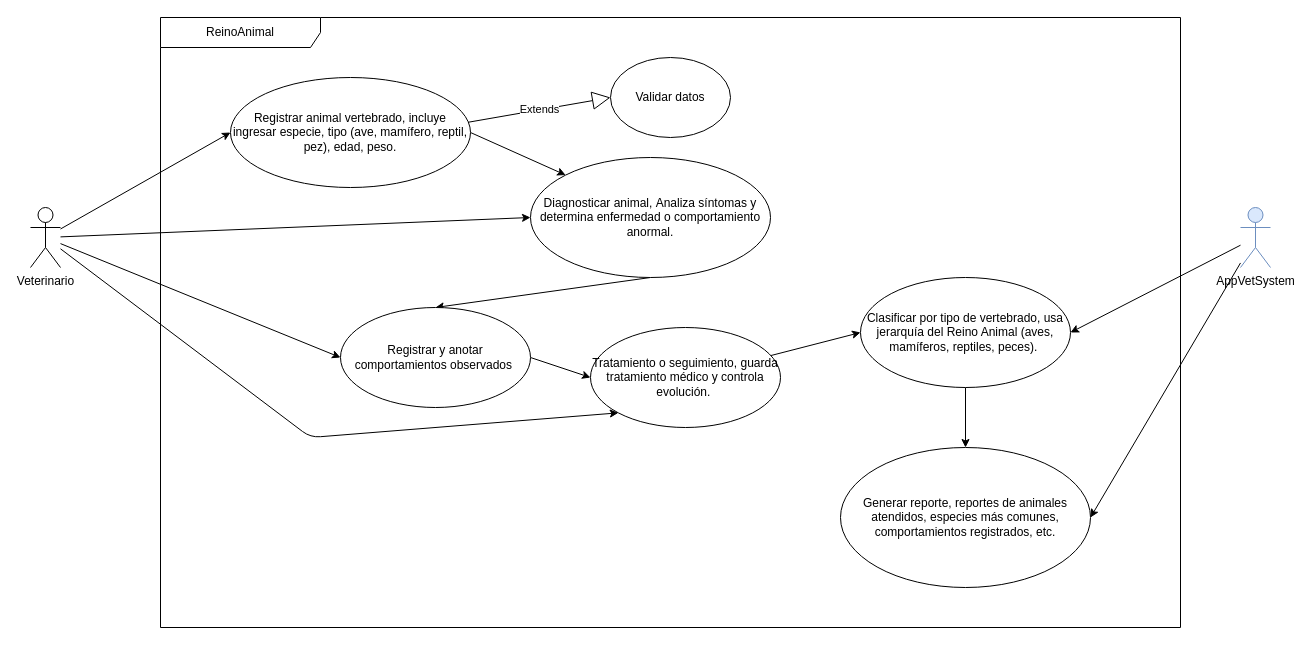
Above: g1_ReinoAnimal/design/00UseCase.drawio in Ariana0-0/g1_ReinoAnimal (draw.io), before the change. Source tidied: cells renumbered, new cells numbered last; positions are measured from the earlier drawing's top-left corner, leaving out a move shared by most shapes. Both pictures are drawn from the tidied source at 100%, with x=0, y=0 at pixel (30, 17).
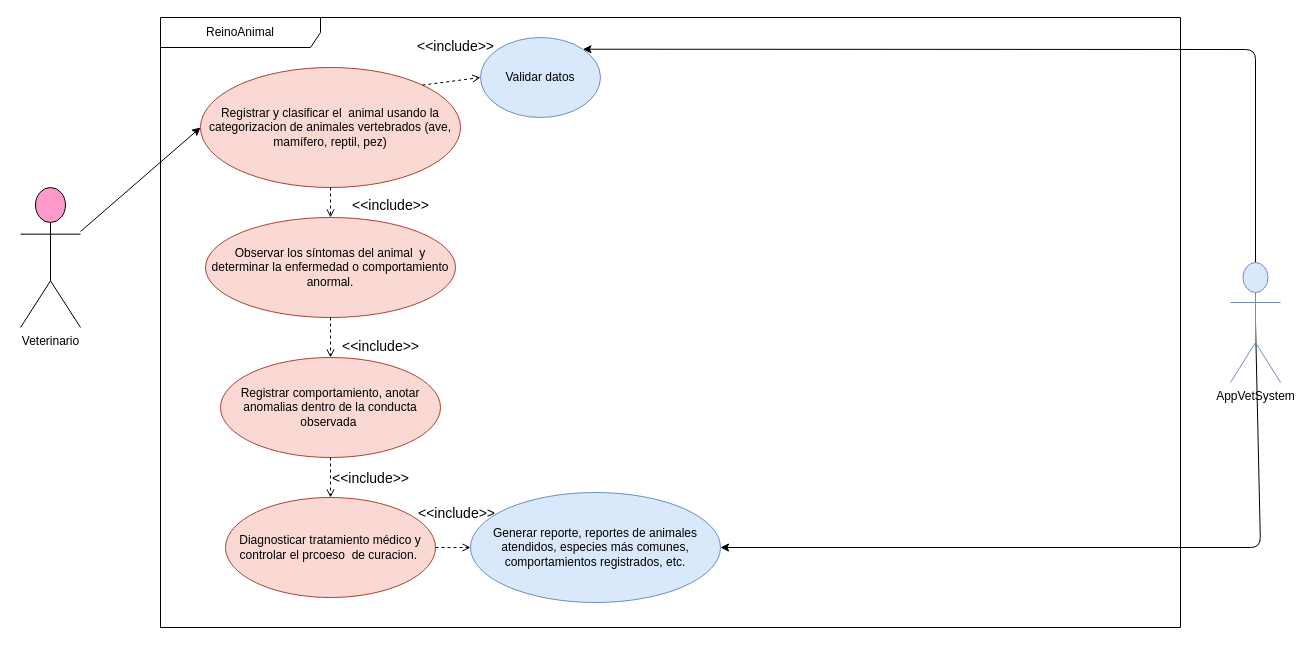
Above is the later version.

What changed in the source:
```diff
@@
-    <mxCell id="2" value="ReinoAnimal" style="shape=umlFrame;whiteSpace=wrap;html=1;width=160;" parent="1" vertex="1">
-      <mxGeometry x="130" width="1020" height="610" as="geometry" />
-    </mxCell>
-    <mxCell id="3" style="edgeStyle=none;html=1;exitX=1;exitY=0.5;exitDx=0;exitDy=0;entryX=0;entryY=0;entryDx=0;entryDy=0;" parent="2" edge="1" source="4" target="6">
-      <mxGeometry relative="1" as="geometry" />
-    </mxCell>
-    <mxCell id="4" value="Registrar animal vertebrado, incluye ingresar especie, tipo (ave, mamífero, reptil, pez), edad, peso." style="ellipse;whiteSpace=wrap;html=1;" parent="2" vertex="1">
-      <mxGeometry x="70" y="60" width="240" height="110" as="geometry" />
-    </mxCell>
-    <mxCell id="5" style="edgeStyle=none;html=1;exitX=0.5;exitY=1;exitDx=0;exitDy=0;entryX=0.5;entryY=0;entryDx=0;entryDy=0;" parent="2" edge="1" source="6" target="8">
-      <mxGeometry relative="1" as="geometry" />
-    </mxCell>
-    <mxCell id="6" value="Diagnosticar animal,&amp;nbsp;Analiza síntomas y determina enfermedad o comportamiento anormal." style="ellipse;whiteSpace=wrap;html=1;" parent="2" vertex="1">
-      <mxGeometry x="370" y="140" width="240" height="120" as="geometry" />
-    </mxCell>
-    <mxCell id="7" style="edgeStyle=none;html=1;exitX=1;exitY=0.5;exitDx=0;exitDy=0;entryX=0;entryY=0.5;entryDx=0;entryDy=0;" parent="2" edge="1" source="8" target="10">
-      <mxGeometry relative="1" as="geometry" />
-    </mxCell>
-    <mxCell id="8" value="Registrar y anotar comportamientos observados&amp;nbsp;" style="ellipse;whiteSpace=wrap;html=1;" parent="2" vertex="1">
-      <mxGeometry x="180" y="290" width="190" height="100" as="geometry" />
-    </mxCell>
-    <mxCell id="9" style="edgeStyle=none;html=1;entryX=0;entryY=0.5;entryDx=0;entryDy=0;" parent="2" edge="1" source="10" target="12">
-      <mxGeometry relative="1" as="geometry" />
-    </mxCell>
-    <mxCell id="10" value="Tratamiento o seguimiento, guarda tratamiento médico y controla evolución.&amp;nbsp;" style="ellipse;whiteSpace=wrap;html=1;" parent="2" vertex="1">
-      <mxGeometry x="430" y="310" width="190" height="100" as="geometry" />
-    </mxCell>
-    <mxCell id="11" style="edgeStyle=none;html=1;exitX=0.5;exitY=1;exitDx=0;exitDy=0;entryX=0.5;entryY=0;entryDx=0;entryDy=0;" parent="2" edge="1" source="12" target="13">
-      <mxGeometry relative="1" as="geometry" />
-    </mxCell>
-    <mxCell id="12" value="Clasificar por tipo de vertebrado, usa jerarquía del Reino Animal (aves, mamíferos, reptiles, peces).&amp;nbsp;" style="ellipse;whiteSpace=wrap;html=1;" parent="2" vertex="1">
-      <mxGeometry x="700" y="260" width="210" height="110" as="geometry" />
-    </mxCell>
+    <mxCell id="15" value="ReinoAnimal" style="shape=umlFrame;whiteSpace=wrap;html=1;width=160;" parent="1" vertex="1">
+      <mxGeometry x="130" width="1020" height="610" as="geometry" />
+    </mxCell>
+    <mxCell id="24" value="Registrar y clasificar el&amp;nbsp; animal usando la categorizacion de animales vertebrados (ave, mamífero, reptil, pez)" style="ellipse;whiteSpace=wrap;html=1;fillColor=#fad9d5;strokeColor=#ae4132;" parent="15" vertex="1">
+      <mxGeometry x="40" y="50" width="260" height="120" as="geometry" />
+    </mxCell>
+    <mxCell id="25" value="Observar los síntomas del animal&amp;nbsp; y determinar la enfermedad o comportamiento anormal." style="ellipse;whiteSpace=wrap;html=1;fillColor=#fad9d5;strokeColor=#ae4132;" parent="15" vertex="1">
+      <mxGeometry x="45" y="200" width="250" height="100" as="geometry" />
+    </mxCell>
+    <mxCell id="26" value="Registrar comportamiento, anotar anomalias dentro de la conducta observada&amp;nbsp;" style="ellipse;whiteSpace=wrap;html=1;fillColor=#fad9d5;strokeColor=#ae4132;" parent="15" vertex="1">
+      <mxGeometry x="60" y="340" width="220" height="100" as="geometry" />
+    </mxCell>
+    <mxCell id="27" value="Diagnosticar tratamiento médico y controlar el prcoeso&amp;nbsp; de curacion.&amp;nbsp;" style="ellipse;whiteSpace=wrap;html=1;fillColor=#fad9d5;strokeColor=#ae4132;" parent="15" vertex="1">
+      <mxGeometry x="65" y="480" width="210" height="100" as="geometry" />
+    </mxCell>
-    <mxCell id="13" value="Generar reporte, reportes de animales atendidos, especies más comunes, comportamientos registrados, etc." style="ellipse;whiteSpace=wrap;html=1;" parent="2" vertex="1">
-      <mxGeometry x="680" y="430" width="250" height="140" as="geometry" />
+    <mxCell id="13" value="Generar reporte, reportes de animales atendidos, especies más comunes, comportamientos registrados, etc." style="ellipse;whiteSpace=wrap;html=1;fillColor=#dae8fc;strokeColor=#6c8ebf;" parent="15" vertex="1">
+      <mxGeometry x="310" y="475" width="250" height="110" as="geometry" />
     </mxCell>
-    <mxCell id="14" value="Extends" style="endArrow=block;endSize=16;endFill=0;html=1;exitX=0.99;exitY=0.407;exitDx=0;exitDy=0;exitPerimeter=0;entryX=0;entryY=0.5;entryDx=0;entryDy=0;" parent="2" edge="1" source="4" target="15">
-      <mxGeometry relative="1" as="geometry" />
-    </mxCell>
-    <mxCell id="15" value="Validar datos" style="ellipse;whiteSpace=wrap;html=1;" parent="2" vertex="1">
-      <mxGeometry x="450" y="40" width="120" height="80" as="geometry" />
-    </mxCell>
-    <mxCell id="16" style="edgeStyle=none;html=1;entryX=0;entryY=0.5;entryDx=0;entryDy=0;" parent="1" edge="1" source="20" target="4">
-      <mxGeometry relative="1" as="geometry" />
-    </mxCell>
-    <mxCell id="17" style="edgeStyle=none;html=1;entryX=0;entryY=0.5;entryDx=0;entryDy=0;" parent="1" edge="1" source="20" target="6">
-      <mxGeometry relative="1" as="geometry" />
-    </mxCell>
-    <mxCell id="18" style="edgeStyle=none;html=1;entryX=0;entryY=0.5;entryDx=0;entryDy=0;" parent="1" edge="1" source="20" target="8">
-      <mxGeometry relative="1" as="geometry" />
-    </mxCell>
-    <mxCell id="19" style="edgeStyle=none;html=1;entryX=0;entryY=1;entryDx=0;entryDy=0;" parent="1" edge="1" source="20" target="10">
-      <mxGeometry relative="1" as="geometry">
-        <Array as="points">
-          <mxPoint x="280" y="420" />
-        </Array>
-      </mxGeometry>
-    </mxCell>
+    <mxCell id="28" value="Validar datos" style="ellipse;whiteSpace=wrap;html=1;fillColor=#dae8fc;strokeColor=#6c8ebf;" parent="15" vertex="1">
+      <mxGeometry x="320" y="20" width="120" height="80" as="geometry" />
+    </mxCell>
+    <mxCell id="29" value="&lt;font style=&quot;font-size: 14px;&quot;&gt;&amp;lt;&amp;lt;include&amp;gt;&amp;gt;&lt;/font&gt;" style="html=1;verticalAlign=bottom;labelBackgroundColor=none;endArrow=open;endFill=0;dashed=1;exitX=1;exitY=0;exitDx=0;exitDy=0;entryX=0;entryY=0.5;entryDx=0;entryDy=0;" parent="15" edge="1" source="24" target="28">
+      <mxGeometry x="0.22" y="23" relative="1" as="geometry" />
+    </mxCell>
+    <mxCell id="30" value="&lt;font style=&quot;font-size: 14px;&quot;&gt;&amp;lt;&amp;lt;include&amp;gt;&amp;gt;&lt;/font&gt;" style="html=1;verticalAlign=bottom;labelBackgroundColor=none;endArrow=open;endFill=0;dashed=1;exitX=0.5;exitY=1;exitDx=0;exitDy=0;" parent="15" edge="1" source="24" target="25">
+      <mxGeometry x="1" y="60" relative="1" as="geometry">
+        <mxPoint y="-1" as="offset" />
+      </mxGeometry>
+    </mxCell>
+    <mxCell id="31" value="&lt;font style=&quot;font-size: 14px;&quot;&gt;&amp;lt;&amp;lt;include&amp;gt;&amp;gt;&lt;/font&gt;" style="html=1;verticalAlign=bottom;labelBackgroundColor=none;endArrow=open;endFill=0;dashed=1;exitX=0.5;exitY=1;exitDx=0;exitDy=0;entryX=0.5;entryY=0;entryDx=0;entryDy=0;" parent="15" edge="1" source="25" target="26">
+      <mxGeometry x="1" y="50" relative="1" as="geometry" />
+    </mxCell>
+    <mxCell id="32" value="&lt;font style=&quot;font-size: 14px;&quot;&gt;&amp;lt;&amp;lt;include&amp;gt;&amp;gt;&lt;/font&gt;" style="html=1;verticalAlign=bottom;labelBackgroundColor=none;endArrow=open;endFill=0;dashed=1;entryX=0.5;entryY=0;entryDx=0;entryDy=0;exitX=0.5;exitY=1;exitDx=0;exitDy=0;" parent="15" edge="1" source="26" target="27">
+      <mxGeometry x="0.6" y="40" relative="1" as="geometry" />
+    </mxCell>
+    <mxCell id="33" value="&lt;font style=&quot;font-size: 14px;&quot;&gt;&amp;lt;&amp;lt;include&amp;gt;&amp;gt;&lt;/font&gt;" style="html=1;verticalAlign=bottom;labelBackgroundColor=none;endArrow=open;endFill=0;dashed=1;exitX=1;exitY=0.5;exitDx=0;exitDy=0;entryX=0;entryY=0.5;entryDx=0;entryDy=0;" parent="15" edge="1" source="27" target="13">
+      <mxGeometry x="0.22" y="23" relative="1" as="geometry" />
+    </mxCell>
+    <mxCell id="34" style="edgeStyle=none;html=1;entryX=0;entryY=0.5;entryDx=0;entryDy=0;" parent="1" edge="1" source="20" target="24">
+      <mxGeometry relative="1" as="geometry" />
+    </mxCell>
-    <mxCell id="20" value="Veterinario" style="shape=umlActor;verticalLabelPosition=bottom;verticalAlign=top;html=1;" parent="1" vertex="1">
-      <mxGeometry y="190" width="30" height="60" as="geometry" />
+    <mxCell id="20" value="Veterinario" style="shape=umlActor;verticalLabelPosition=bottom;verticalAlign=top;html=1;fillColor=#FF99CC;" parent="1" vertex="1">
+      <mxGeometry x="-10" y="170" width="60" height="140" as="geometry" />
     </mxCell>
-    <mxCell id="21" style="edgeStyle=none;html=1;entryX=1;entryY=0.5;entryDx=0;entryDy=0;" parent="1" edge="1" source="23" target="12">
-      <mxGeometry relative="1" as="geometry" />
-    </mxCell>
+    <mxCell id="35" style="edgeStyle=none;html=1;entryX=1;entryY=0;entryDx=0;entryDy=0;" parent="1" edge="1" source="23" target="28">
+      <mxGeometry relative="1" as="geometry">
+        <Array as="points">
+          <mxPoint x="1225" y="32" />
+        </Array>
+      </mxGeometry>
+    </mxCell>
-    <mxCell id="22" style="edgeStyle=none;html=1;entryX=1;entryY=0.5;entryDx=0;entryDy=0;" parent="1" edge="1" source="23" target="13">
-      <mxGeometry relative="1" as="geometry" />
+    <mxCell id="22" style="edgeStyle=none;html=1;exitX=0.5;exitY=0.5;exitDx=0;exitDy=0;exitPerimeter=0;entryX=1;entryY=0.5;entryDx=0;entryDy=0;" parent="1" edge="1" source="23" target="13">
+      <mxGeometry relative="1" as="geometry">
+        <Array as="points">
+          <mxPoint x="1230" y="530" />
+        </Array>
+      </mxGeometry>
     </mxCell>
     <mxCell id="23" value="AppVetSystem" style="shape=umlActor;verticalLabelPosition=bottom;verticalAlign=top;html=1;fillColor=#dae8fc;strokeColor=#6c8ebf;" parent="1" vertex="1">
-      <mxGeometry x="1210" y="190" width="30" height="60" as="geometry" />
+      <mxGeometry x="1200" y="245" width="50" height="120" as="geometry" />
     </mxCell>
```
